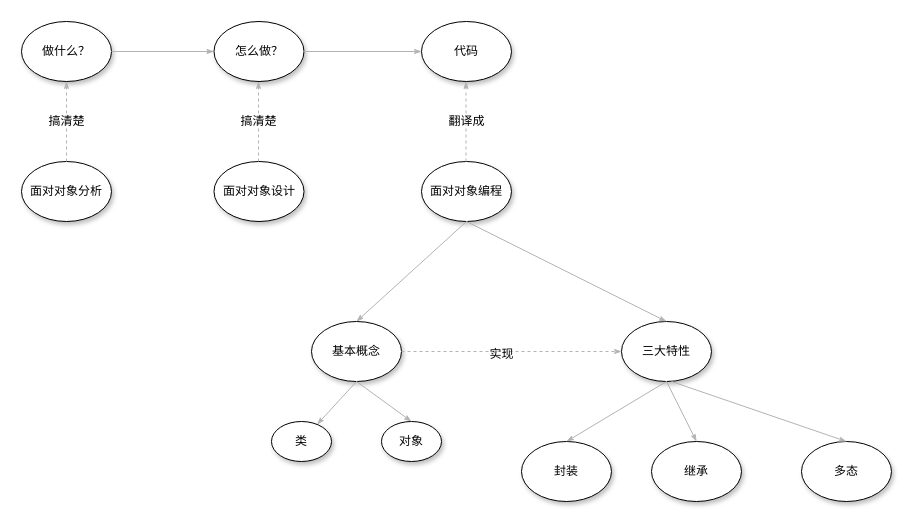
Earlier version of the draw.io diagram oop.drawio (tesla1995/draw). Source tidied: cells renumbered, new cells numbered last; positions are measured from the earlier drawing's top-left corner, leaving out a move shared by most shapes. Both pictures are drawn from the tidied source at 100%, with x=0, y=0 at pixel (21, 21).
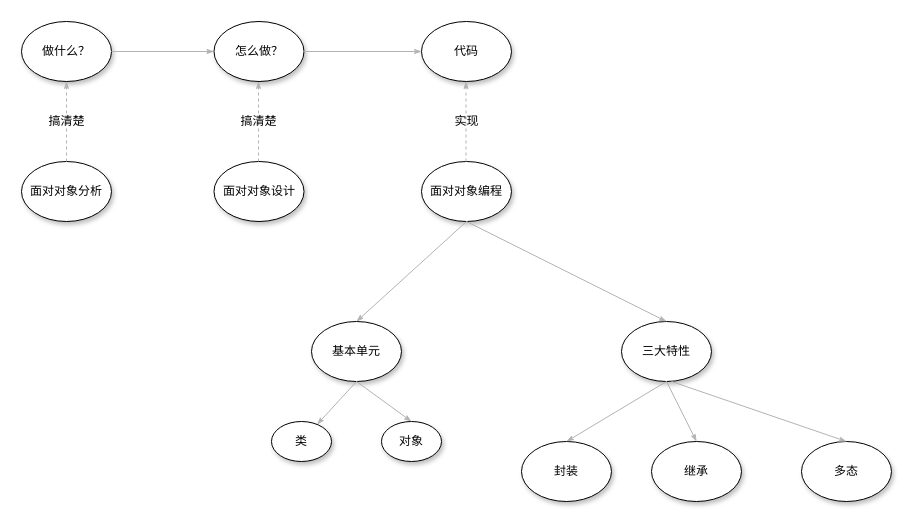
After the change.

Unchanged cells that the change refers to:
```xml
<mxCell id="14" value="三大特性" style="ellipse;whiteSpace=wrap;html=1;rounded=0;shadow=1;comic=0;labelBackgroundColor=none;strokeWidth=1;fontFamily=Verdana;fontSize=12;align=center;" parent="1" vertex="1">
  <mxGeometry x="600" y="300" width="90" height="60" as="geometry" />
</mxCell>
```

Diff of the diagram source:
```diff
@@
-    <mxCell id="10" value="翻译成" style="edgeStyle=none;rounded=1;html=1;labelBackgroundColor=none;startArrow=none;startFill=0;startSize=5;endArrow=classicThin;endFill=1;endSize=5;jettySize=auto;orthogonalLoop=1;strokeColor=#B3B3B3;strokeWidth=1;fontFamily=Verdana;fontSize=12;exitX=0.5;exitY=0;exitDx=0;exitDy=0;entryX=0.5;entryY=1;entryDx=0;entryDy=0;dashed=1;" parent="1" edge="1">
+    <mxCell id="10" value="实现" style="edgeStyle=none;rounded=1;html=1;labelBackgroundColor=none;startArrow=none;startFill=0;startSize=5;endArrow=classicThin;endFill=1;endSize=5;jettySize=auto;orthogonalLoop=1;strokeColor=#B3B3B3;strokeWidth=1;fontFamily=Verdana;fontSize=12;exitX=0.5;exitY=0;exitDx=0;exitDy=0;entryX=0.5;entryY=1;entryDx=0;entryDy=0;dashed=1;" parent="1" edge="1">
       <mxGeometry relative="1" as="geometry">
         <mxPoint x="444.5" y="140" as="sourcePoint" />
         <mxPoint x="444.5" y="60" as="targetPoint" />
       </mxGeometry>
     </mxCell>
@@
-    <mxCell id="13" value="基本概念" style="ellipse;whiteSpace=wrap;html=1;rounded=0;shadow=1;comic=0;labelBackgroundColor=none;strokeWidth=1;fontFamily=Verdana;fontSize=12;align=center;" parent="1" vertex="1">
+    <mxCell id="13" value="基本单元" style="ellipse;whiteSpace=wrap;html=1;rounded=0;shadow=1;comic=0;labelBackgroundColor=none;strokeWidth=1;fontFamily=Verdana;fontSize=12;align=center;" parent="1" vertex="1">
       <mxGeometry x="290" y="300" width="90" height="60" as="geometry" />
     </mxCell>
@@
-    <mxCell id="27" style="edgeStyle=none;rounded=1;html=1;labelBackgroundColor=none;startArrow=none;startFill=0;startSize=5;endArrow=classicThin;endFill=1;endSize=5;jettySize=auto;strokeColor=#B3B3B3;strokeWidth=1;fontFamily=Verdana;fontSize=12;entryX=0;entryY=0.5;entryDx=0;entryDy=0;exitX=1;exitY=0.5;exitDx=0;exitDy=0;dashed=1;" parent="1" edge="1" source="13" target="14">
-      <mxGeometry relative="1" as="geometry" />
-    </mxCell>
-    <mxCell id="28" value="实现" style="text;html=1;align=center;verticalAlign=middle;" parent="27" vertex="1">
-      <mxGeometry x="-0.1" y="-2" relative="1" as="geometry" />
-    </mxCell>
```
